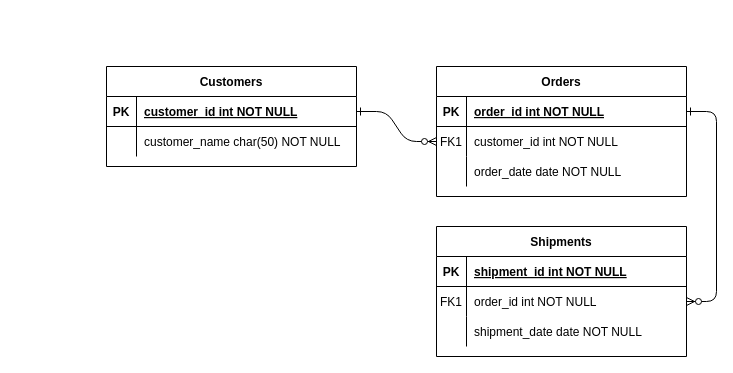
The draw.io diagram Untitled Diagram.drawio in joshuadargan/learning-and-documentation, before the edit. Source tidied: cells renumbered, new cells numbered last; positions are measured from the earlier drawing's top-left corner, leaving out a move shared by most shapes. Both pictures are drawn from the tidied source at 100%, with x=0, y=0 at pixel (106, 66).
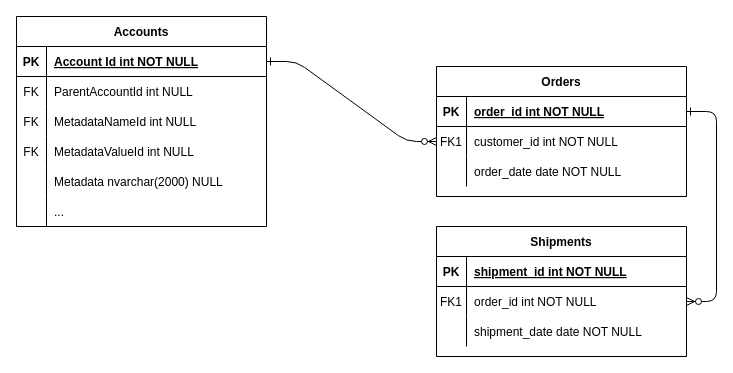
Above is the later version.

Unchanged cells that the change refers to:
```xml
<mxCell id="25" style="shape=partialRectangle;fillColor=none;points=[[0,0.5],[1,0.5]];portConstraint=eastwest;top=0;left=0;right=0;bottom=1;" parent="24" vertex="1">
  <mxGeometry y="30" width="250" height="30" as="geometry" />
</mxCell>
<mxCell id="28" style="shape=partialRectangle;fillColor=none;top=0;left=0;right=0;bottom=0;" parent="24" vertex="1">
  <mxGeometry y="60" width="250" height="30" as="geometry" />
</mxCell>
```

Change to the diagram source:
```diff
@@
-    <mxCell id="24" value="Customers" style="shape=table;startSize=30;childLayout=tableLayout;rowLines=0;fontStyle=1;align=center;" parent="1" vertex="1">
-      <mxGeometry width="250" height="100" as="geometry" />
+    <mxCell id="24" value="Accounts" style="shape=table;startSize=30;childLayout=tableLayout;rowLines=0;fontStyle=1;align=center;" parent="1" vertex="1">
+      <mxGeometry x="-90" y="-50" width="250" height="210" as="geometry" />
     </mxCell>
@@
-    <mxCell id="27" value="customer_id int NOT NULL " style="shape=partialRectangle;overflow=hidden;fillColor=none;top=0;left=0;bottom=0;right=0;align=left;spacingLeft=6;fontStyle=5;" parent="25" vertex="1">
+    <mxCell id="27" value="Account Id int NOT NULL" style="shape=partialRectangle;overflow=hidden;fillColor=none;top=0;left=0;bottom=0;right=0;align=left;spacingLeft=6;fontStyle=5;" parent="25" vertex="1">
       <mxGeometry x="30" width="220" height="30" as="geometry" />
     </mxCell>
@@
-    <mxCell id="29" style="shape=partialRectangle;overflow=hidden;fillColor=none;top=0;left=0;bottom=0;right=0;" parent="28" vertex="1">
+    <mxCell id="29" value="FK" style="shape=partialRectangle;overflow=hidden;fillColor=none;top=0;left=0;bottom=0;right=0;" parent="28" vertex="1">
       <mxGeometry width="30" height="30" as="geometry" />
     </mxCell>
-    <mxCell id="30" value="customer_name char(50) NOT NULL" style="shape=partialRectangle;overflow=hidden;fillColor=none;top=0;left=0;bottom=0;right=0;align=left;spacingLeft=6;" parent="28" vertex="1">
+    <mxCell id="30" value="ParentAccountId int NULL" style="shape=partialRectangle;overflow=hidden;fillColor=none;top=0;left=0;bottom=0;right=0;align=left;spacingLeft=6;" parent="28" vertex="1">
       <mxGeometry x="30" width="220" height="30" as="geometry" />
     </mxCell>
+    <mxCell id="31" style="shape=partialRectangle;fillColor=none;top=0;left=0;right=0;bottom=0;" parent="24" vertex="1">
+      <mxGeometry y="90" width="250" height="30" as="geometry" />
+    </mxCell>
+    <mxCell id="32" value="FK" style="shape=partialRectangle;overflow=hidden;fillColor=none;top=0;left=0;bottom=0;right=0;" parent="31" vertex="1">
+      <mxGeometry width="30" height="30" as="geometry" />
+    </mxCell>
+    <mxCell id="33" value="MetadataNameId int NULL" style="shape=partialRectangle;overflow=hidden;fillColor=none;top=0;left=0;bottom=0;right=0;align=left;spacingLeft=6;" parent="31" vertex="1">
+      <mxGeometry x="30" width="220" height="30" as="geometry" />
+    </mxCell>
+    <mxCell id="34" style="shape=partialRectangle;fillColor=none;top=0;left=0;right=0;bottom=0;" parent="24" vertex="1">
+      <mxGeometry y="120" width="250" height="30" as="geometry" />
+    </mxCell>
+    <mxCell id="35" value="FK" style="shape=partialRectangle;overflow=hidden;fillColor=none;top=0;left=0;bottom=0;right=0;" parent="34" vertex="1">
+      <mxGeometry width="30" height="30" as="geometry" />
+    </mxCell>
+    <mxCell id="36" value="MetadataValueId int NULL" style="shape=partialRectangle;overflow=hidden;fillColor=none;top=0;left=0;bottom=0;right=0;align=left;spacingLeft=6;" parent="34" vertex="1">
+      <mxGeometry x="30" width="220" height="30" as="geometry" />
+    </mxCell>
+    <mxCell id="37" style="shape=partialRectangle;fillColor=none;top=0;left=0;right=0;bottom=0;" parent="24" vertex="1">
+      <mxGeometry y="150" width="250" height="30" as="geometry" />
+    </mxCell>
+    <mxCell id="38" style="shape=partialRectangle;overflow=hidden;fillColor=none;top=0;left=0;bottom=0;right=0;" parent="37" vertex="1">
+      <mxGeometry width="30" height="30" as="geometry" />
+    </mxCell>
+    <mxCell id="39" value="Metadata nvarchar(2000) NULL" style="shape=partialRectangle;overflow=hidden;fillColor=none;top=0;left=0;bottom=0;right=0;align=left;spacingLeft=6;" parent="37" vertex="1">
+      <mxGeometry x="30" width="220" height="30" as="geometry" />
+    </mxCell>
+    <mxCell id="40" style="shape=partialRectangle;fillColor=none;top=0;left=0;right=0;bottom=0;" parent="24" vertex="1">
+      <mxGeometry y="180" width="250" height="30" as="geometry" />
+    </mxCell>
+    <mxCell id="41" style="shape=partialRectangle;overflow=hidden;fillColor=none;top=0;left=0;bottom=0;right=0;" parent="40" vertex="1">
+      <mxGeometry width="30" height="30" as="geometry" />
+    </mxCell>
+    <mxCell id="42" value="..." style="shape=partialRectangle;overflow=hidden;fillColor=none;top=0;left=0;bottom=0;right=0;align=left;spacingLeft=6;" parent="40" vertex="1">
+      <mxGeometry x="30" width="220" height="30" as="geometry" />
+    </mxCell>
```
